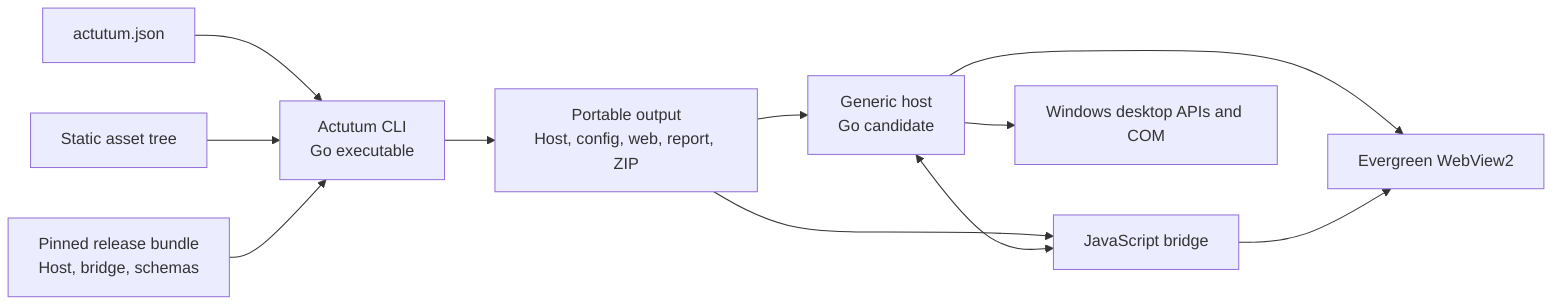
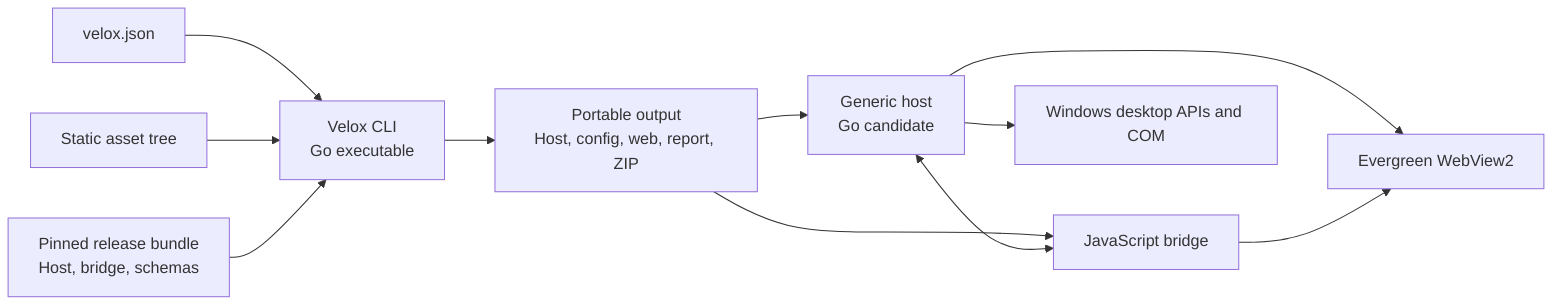
flowchart LR
-   manifest["actutum.json"]
+   manifest["velox.json"]
  assets["Static asset tree"]
-   cli["Actutum CLI\nGo executable"]
+   cli["Velox CLI\nGo executable"]
  release["Pinned release bundle\nHost, bridge, schemas"]
  output["Portable output\nHost, config, web, report, ZIP"]
  host["Generic host\nGo candidate"]
  bridge["JavaScript bridge"]
  webview["Evergreen WebView2"]
  windows["Windows desktop APIs and COM"]

  manifest --> cli
  assets --> cli
  release --> cli
  cli --> output
  output --> host
  output --> bridge
  host <--> bridge
  host --> webview
  host --> windows
  bridge --> webview
